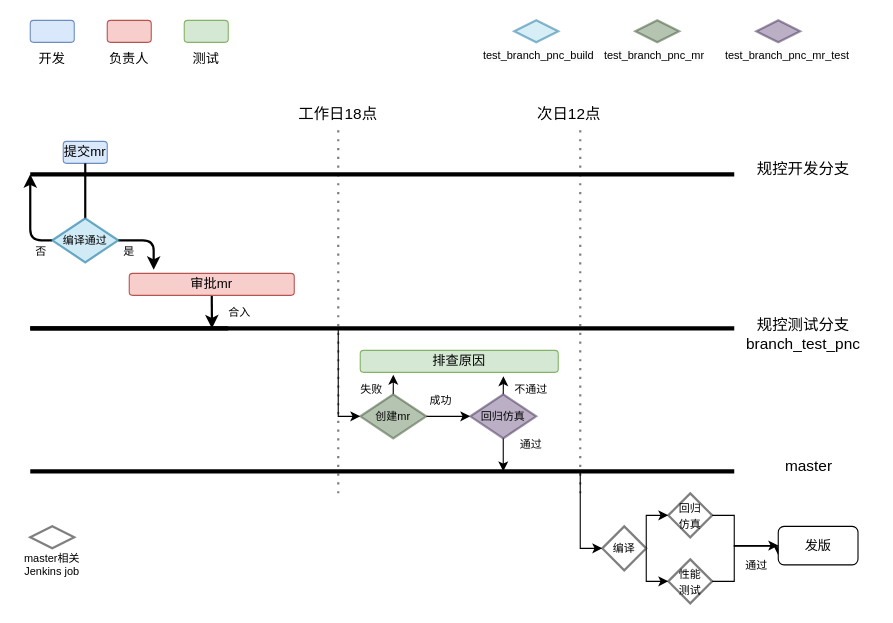
The draw.io diagram 未命名绘图.drawio in chwxiongppp/CS-notes, before the edit. Source tidied: cells renumbered, new cells numbered last; positions are measured from the earlier drawing's top-left corner, leaving out a move shared by most shapes. Both pictures are drawn from the tidied source at 110%, with x=0, y=0 at pixel (19, 20).
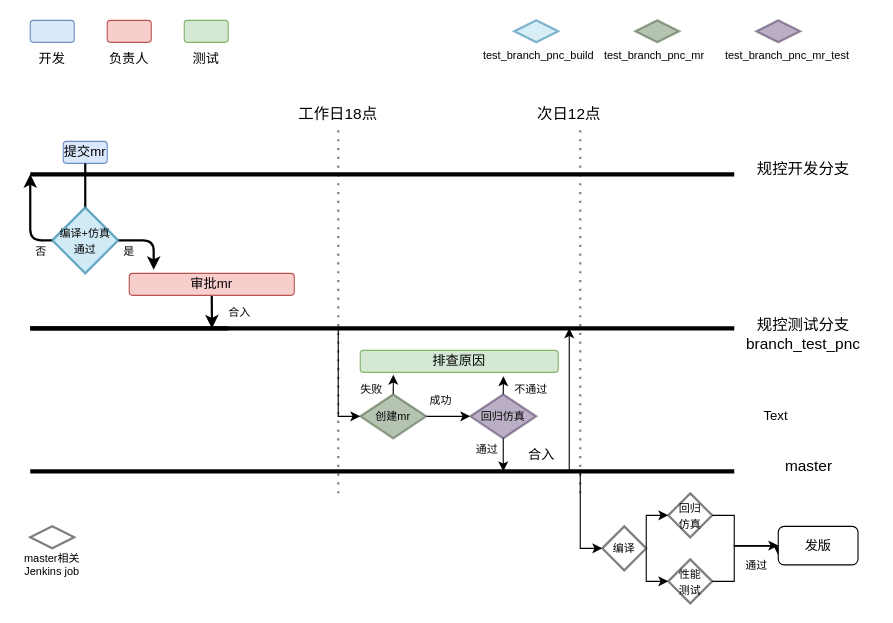
The same diagram, later.

Change to the diagram source:
```diff
@@
-    <mxCell id="24" value="&lt;font style=&quot;font-size: 10px;&quot;&gt;编译通过&lt;/font&gt;" style="strokeWidth=2;html=1;shape=mxgraph.flowchart.decision;whiteSpace=wrap;fontSize=12;fillColor=#b1ddf0;strokeColor=#10739e;opacity=60;" parent="1" vertex="1">
-      <mxGeometry x="30" y="180" width="60" height="40" as="geometry" />
+    <mxCell id="24" value="&lt;font style=&quot;font-size: 10px;&quot;&gt;编译+仿真&lt;br&gt;通过&lt;/font&gt;" style="strokeWidth=2;html=1;shape=mxgraph.flowchart.decision;whiteSpace=wrap;fontSize=12;fillColor=#b1ddf0;strokeColor=#10739e;opacity=60;" parent="1" vertex="1">
+      <mxGeometry x="30" y="170" width="60" height="60" as="geometry" />
     </mxCell>
@@
+    <mxCell id="61" style="edgeStyle=orthogonalEdgeStyle;rounded=0;orthogonalLoop=1;jettySize=auto;html=1;" parent="1" edge="1">
+      <mxGeometry relative="1" as="geometry">
+        <mxPoint x="470" y="410" as="sourcePoint" />
+        <mxPoint x="500" y="280" as="targetPoint" />
+        <Array as="points">
+          <mxPoint x="500" y="410" />
+        </Array>
+      </mxGeometry>
+    </mxCell>
@@
-    <mxCell id="44" value="通过" style="text;html=1;align=center;verticalAlign=middle;strokeColor=none;fillColor=none;fontSize=10;fontColor=#050505;" parent="1" vertex="1">
-      <mxGeometry x="445" y="370" width="40" height="30" as="geometry" />
-    </mxCell>
@@
+    <mxCell id="62" value="Text" style="text;html=1;strokeColor=none;fillColor=none;align=center;verticalAlign=middle;whiteSpace=wrap;rounded=0;" parent="1" vertex="1">
+      <mxGeometry x="658" y="345" width="60" height="30" as="geometry" />
+    </mxCell>
+    <mxCell id="63" value="合入" style="text;html=1;strokeColor=none;fillColor=none;align=center;verticalAlign=middle;whiteSpace=wrap;rounded=0;" parent="1" vertex="1">
+      <mxGeometry x="445" y="380" width="60" height="30" as="geometry" />
+    </mxCell>
+    <mxCell id="44" value="通过" style="text;html=1;align=center;verticalAlign=middle;strokeColor=none;fillColor=none;fontSize=10;fontColor=#050505;" parent="1" vertex="1">
+      <mxGeometry x="405" y="375" width="40" height="30" as="geometry" />
+    </mxCell>
```
